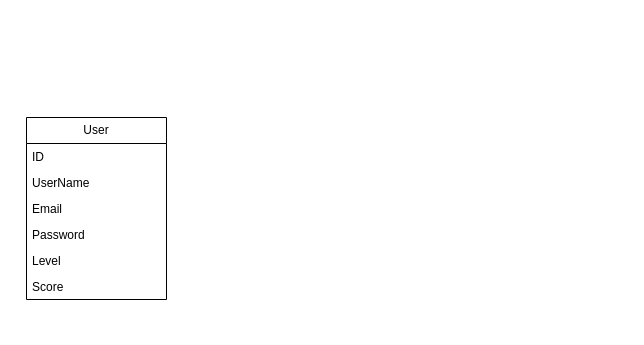
Earlier version of the draw.io diagram AR_PoseTrainerApp.drawio (MustafizurRU/Unity_Necessary_Package). Source tidied: cells renumbered, new cells numbered last; positions are measured from the earlier drawing's top-left corner, leaving out a move shared by most shapes. Both pictures are drawn from the tidied source at 100%, with x=0, y=0 at pixel (26, 117).
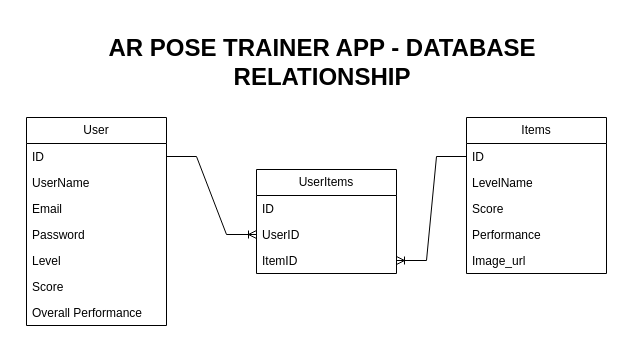
The same diagram, later.

Unchanged cells that the change refers to:
```xml
<mxCell id="3" value="ID&lt;div&gt;&lt;br&gt;&lt;/div&gt;" style="text;strokeColor=none;fillColor=none;align=left;verticalAlign=top;spacingLeft=4;spacingRight=4;overflow=hidden;points=[[0,0.5],[1,0.5]];portConstraint=eastwest;whiteSpace=wrap;html=1;" parent="2" vertex="1">
  <mxGeometry y="26" width="140" height="26" as="geometry" />
</mxCell>
```

What changed in the source:
```diff
@@
     <mxCell id="2" value="User" style="swimlane;fontStyle=0;horizontal=1;startSize=26;fillColor=none;whiteSpace=wrap;html=1;" parent="1" vertex="1">
-      <mxGeometry width="140" height="182" as="geometry" />
+      <mxGeometry width="140" height="208" as="geometry" />
     </mxCell>
@@
+    <mxCell id="9" value="Overall Performance" style="text;strokeColor=none;fillColor=none;align=left;verticalAlign=top;spacingLeft=4;spacingRight=4;overflow=hidden;whiteSpace=wrap;html=1;" parent="2" vertex="1">
+      <mxGeometry y="182" width="140" height="26" as="geometry" />
+    </mxCell>
+    <mxCell id="10" value="Items" style="swimlane;fontStyle=0;horizontal=1;startSize=26;fillColor=none;whiteSpace=wrap;html=1;" parent="1" vertex="1">
+      <mxGeometry x="440" width="140" height="156" as="geometry" />
+    </mxCell>
+    <mxCell id="11" value="ID&lt;div&gt;&lt;br&gt;&lt;/div&gt;" style="text;strokeColor=none;fillColor=none;align=left;verticalAlign=top;spacingLeft=4;spacingRight=4;overflow=hidden;points=[[0,0.5],[1,0.5]];portConstraint=eastwest;whiteSpace=wrap;html=1;" parent="10" vertex="1">
+      <mxGeometry y="26" width="140" height="26" as="geometry" />
+    </mxCell>
+    <mxCell id="12" value="LevelName" style="text;strokeColor=none;fillColor=none;align=left;verticalAlign=top;spacingLeft=4;spacingRight=4;overflow=hidden;whiteSpace=wrap;html=1;" parent="10" vertex="1">
+      <mxGeometry y="52" width="140" height="26" as="geometry" />
+    </mxCell>
+    <mxCell id="13" value="Score" style="text;strokeColor=none;fillColor=none;align=left;verticalAlign=top;spacingLeft=4;spacingRight=4;overflow=hidden;whiteSpace=wrap;html=1;" parent="10" vertex="1">
+      <mxGeometry y="78" width="140" height="26" as="geometry" />
+    </mxCell>
+    <mxCell id="14" value="Performance" style="text;strokeColor=none;fillColor=none;align=left;verticalAlign=top;spacingLeft=4;spacingRight=4;overflow=hidden;whiteSpace=wrap;html=1;" parent="10" vertex="1">
+      <mxGeometry y="104" width="140" height="26" as="geometry" />
+    </mxCell>
+    <mxCell id="15" value="Image_url" style="text;strokeColor=none;fillColor=none;align=left;verticalAlign=top;spacingLeft=4;spacingRight=4;overflow=hidden;whiteSpace=wrap;html=1;" parent="10" vertex="1">
+      <mxGeometry y="130" width="140" height="26" as="geometry" />
+    </mxCell>
+    <mxCell id="16" value="UserItems" style="swimlane;fontStyle=0;horizontal=1;startSize=26;fillColor=none;whiteSpace=wrap;html=1;" parent="1" vertex="1">
+      <mxGeometry x="230" y="52" width="140" height="104" as="geometry" />
+    </mxCell>
+    <mxCell id="17" value="ID&lt;div&gt;&lt;br&gt;&lt;/div&gt;" style="text;strokeColor=none;fillColor=none;align=left;verticalAlign=top;spacingLeft=4;spacingRight=4;overflow=hidden;whiteSpace=wrap;html=1;" parent="16" vertex="1">
+      <mxGeometry y="26" width="140" height="26" as="geometry" />
+    </mxCell>
+    <mxCell id="18" value="UserID" style="text;strokeColor=none;fillColor=none;align=left;verticalAlign=top;spacingLeft=4;spacingRight=4;overflow=hidden;points=[[0,0.5],[1,0.5]];portConstraint=eastwest;whiteSpace=wrap;html=1;" parent="16" vertex="1">
+      <mxGeometry y="52" width="140" height="26" as="geometry" />
+    </mxCell>
+    <mxCell id="19" value="ItemID" style="text;strokeColor=none;fillColor=none;align=left;verticalAlign=top;spacingLeft=4;spacingRight=4;overflow=hidden;points=[[0,0.5],[1,0.5]];portConstraint=eastwest;whiteSpace=wrap;html=1;" parent="16" vertex="1">
+      <mxGeometry y="78" width="140" height="26" as="geometry" />
+    </mxCell>
+    <mxCell id="20" style="edgeStyle=entityRelationEdgeStyle;fontSize=12;html=1;endArrow=ERoneToMany;rounded=0;" parent="1" edge="1" source="3" target="18">
+      <mxGeometry relative="1" as="geometry">
+        <Array as="points">
+          <mxPoint x="160" y="100" />
+          <mxPoint x="170" y="110" />
+          <mxPoint x="260" y="120" />
+        </Array>
+      </mxGeometry>
+    </mxCell>
+    <mxCell id="21" style="edgeStyle=entityRelationEdgeStyle;fontSize=12;html=1;endArrow=ERoneToMany;rounded=0;" parent="1" edge="1" source="11" target="19">
+      <mxGeometry relative="1" as="geometry" />
+    </mxCell>
+    <mxCell id="22" value="&lt;h1&gt;&lt;b&gt;AR POSE TRAINER APP - DATABASE RELATIONSHIP&lt;/b&gt;&lt;/h1&gt;" style="text;html=1;align=center;verticalAlign=middle;whiteSpace=wrap;rounded=0;" parent="1" vertex="1">
+      <mxGeometry x="-9" y="-70" width="610" height="30" as="geometry" />
+    </mxCell>
```
